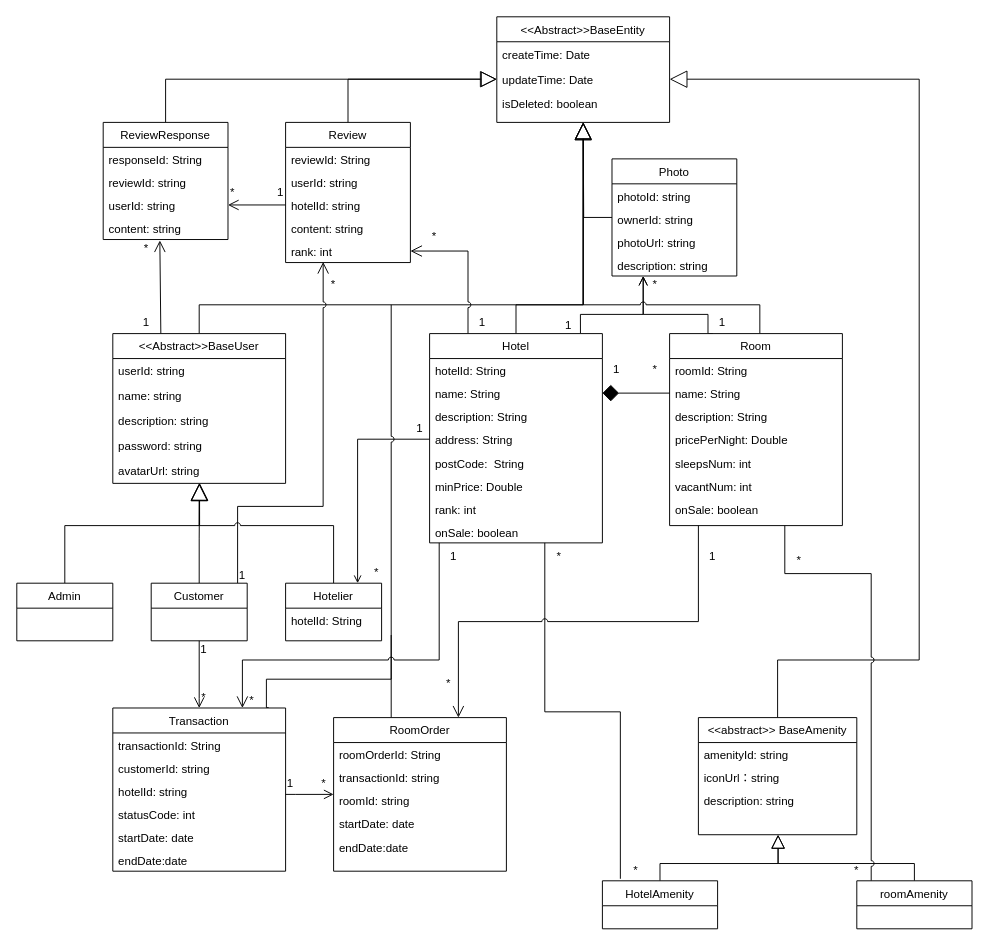
This is docs/part1/domain_model_diagram.drawio from Blackmesa-Canteen/alphecca-boot-ioc-framework, a draw.io file, before an edit. Source tidied: cells renumbered, new cells numbered last; positions are measured from the earlier drawing's top-left corner, leaving out a move shared by most shapes. Both pictures are drawn from the tidied source at 96%, with x=0, y=0 at pixel (16, 16).
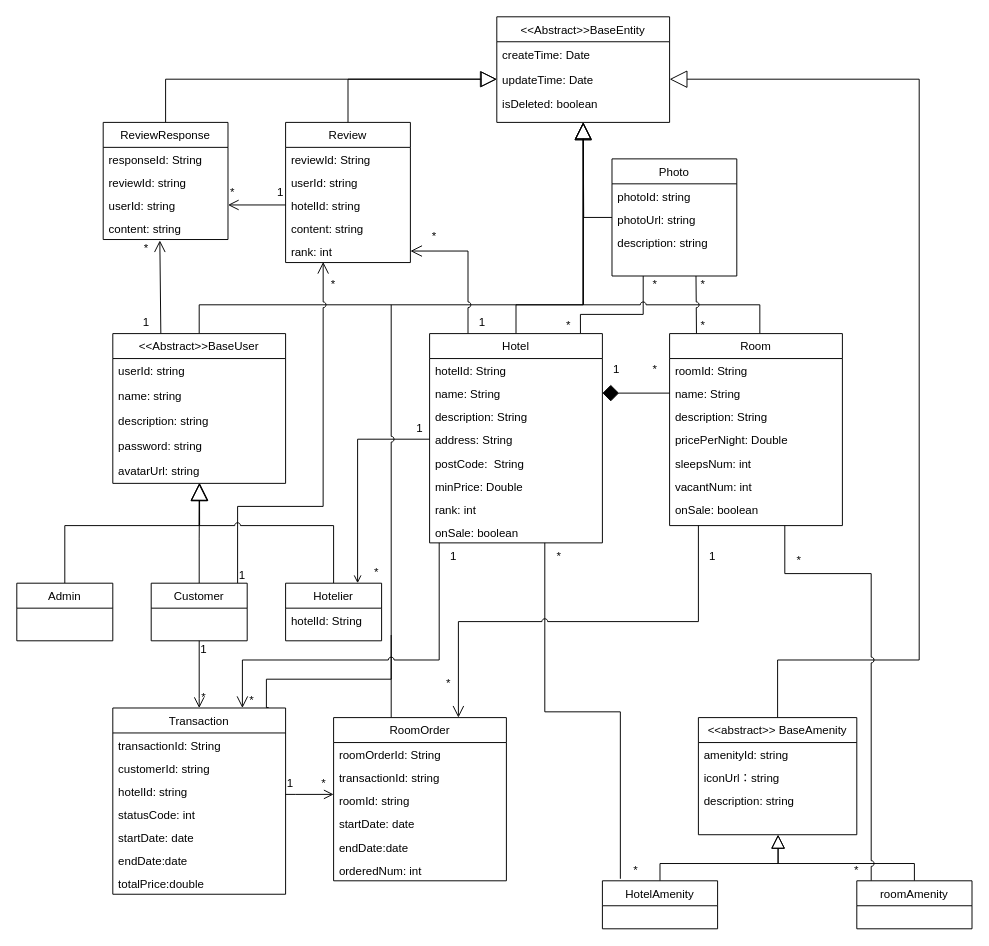
The same page after the edit.

Unchanged cells that the change refers to:
```xml
<mxCell id="37" value="Hotel" style="swimlane;fontStyle=0;align=center;verticalAlign=top;horizontal=1;startSize=26;rounded=0;shadow=0;strokeWidth=1;" parent="1" vertex="1">
  <mxGeometry x="430" y="330" width="180" height="218" as="geometry" />
</mxCell>
<mxCell id="51" value="Room" style="swimlane;fontStyle=0;align=center;verticalAlign=top;horizontal=1;startSize=26;rounded=0;shadow=0;strokeWidth=1;" parent="1" vertex="1">
  <mxGeometry x="680" y="330" width="180" height="200" as="geometry" />
</mxCell>
<mxCell id="88" value="Photo" style="swimlane;fontStyle=0;align=center;verticalAlign=top;horizontal=1;startSize=26;rounded=0;shadow=0;strokeWidth=1;" parent="1" vertex="1">
  <mxGeometry x="620" y="148" width="130" height="122" as="geometry" />
</mxCell>
```

Diff of the diagram source:
```diff
@@
     <mxCell id="25" value="RoomOrder" style="swimlane;fontStyle=0;align=center;verticalAlign=top;horizontal=1;startSize=26;rounded=0;shadow=0;strokeWidth=1;" parent="1" vertex="1">
-      <mxGeometry x="330" y="730" width="180" height="160" as="geometry" />
+      <mxGeometry x="330" y="730" width="180" height="170" as="geometry" />
     </mxCell>
@@
+    <mxCell id="123" value="orderedNum: int" style="text;align=left;verticalAlign=top;spacingLeft=4;spacingRight=4;overflow=hidden;" parent="25" vertex="1">
+      <mxGeometry y="146" width="180" height="24" as="geometry" />
+    </mxCell>
@@
-    <mxCell id="35" style="edgeStyle=orthogonalEdgeStyle;rounded=0;jumpStyle=none;jettySize=auto;html=1;entryX=0.25;entryY=1;entryDx=0;entryDy=0;startArrow=none;startFill=0;endArrow=open;endFill=0;startSize=15;endSize=8;targetPerimeterSpacing=0;strokeWidth=1;exitX=0.873;exitY=-0.002;exitDx=0;exitDy=0;exitPerimeter=0;" parent="1" edge="1" source="37" target="88">
+    <mxCell id="35" style="edgeStyle=orthogonalEdgeStyle;rounded=0;jumpStyle=none;jettySize=auto;html=1;entryX=0.25;entryY=1;entryDx=0;entryDy=0;startArrow=none;startFill=0;endArrow=none;endFill=0;startSize=15;endSize=8;targetPerimeterSpacing=0;strokeWidth=1;exitX=0.873;exitY=-0.002;exitDx=0;exitDy=0;exitPerimeter=0;" parent="1" edge="1" source="37" target="88">
       <mxGeometry relative="1" as="geometry">
         <Array as="points">
           <mxPoint x="587" y="310" />
           <mxPoint x="652" y="310" />
         </Array>
       </mxGeometry>
     </mxCell>
@@
-    <mxCell id="50" style="edgeStyle=orthogonalEdgeStyle;rounded=0;jumpStyle=none;jettySize=auto;html=1;entryX=0.25;entryY=1;entryDx=0;entryDy=0;startArrow=none;startFill=0;endArrow=open;endFill=0;startSize=15;endSize=7;targetPerimeterSpacing=0;strokeWidth=1;exitX=0.25;exitY=0;exitDx=0;exitDy=0;" parent="1" edge="1" source="51" target="88">
-      <mxGeometry relative="1" as="geometry">
-        <Array as="points">
-          <mxPoint x="720" y="330" />
-          <mxPoint x="720" y="310" />
-          <mxPoint x="653" y="310" />
-        </Array>
-      </mxGeometry>
-    </mxCell>
+    <mxCell id="124" style="edgeStyle=orthogonalEdgeStyle;rounded=0;jumpStyle=arc;jettySize=auto;html=1;entryX=0.25;entryY=0;entryDx=0;entryDy=0;endArrow=none;endFill=0;" parent="1" edge="1" source="51" target="126">
+      <mxGeometry relative="1" as="geometry">
+        <Array as="points">
+          <mxPoint x="708" y="290" />
+          <mxPoint x="708" y="290" />
+        </Array>
+      </mxGeometry>
+    </mxCell>
@@
-    <mxCell id="90" value="ownerId: string&#10;" style="text;align=left;verticalAlign=top;spacingLeft=4;spacingRight=4;overflow=hidden;" parent="88" vertex="1">
-      <mxGeometry y="50" width="130" height="24" as="geometry" />
-    </mxCell>
     <mxCell id="91" value="photoUrl: string" style="text;align=left;verticalAlign=top;spacingLeft=4;spacingRight=4;overflow=hidden;" parent="88" vertex="1">
-      <mxGeometry y="74" width="130" height="24" as="geometry" />
+      <mxGeometry y="50" width="130" height="24" as="geometry" />
     </mxCell>
     <mxCell id="92" value="description: string" style="text;align=left;verticalAlign=top;spacingLeft=4;spacingRight=4;overflow=hidden;" parent="88" vertex="1">
-      <mxGeometry y="98" width="130" height="24" as="geometry" />
+      <mxGeometry y="74" width="130" height="24" as="geometry" />
     </mxCell>
-    <mxCell id="93" value="1" style="text;html=1;strokeColor=none;fillColor=none;align=center;verticalAlign=middle;whiteSpace=wrap;rounded=0;" parent="1" vertex="1">
+    <mxCell id="93" value="*" style="text;html=1;strokeColor=none;fillColor=none;align=center;verticalAlign=middle;whiteSpace=wrap;rounded=0;" parent="1" vertex="1">
       <mxGeometry x="560" y="313" width="30" height="17" as="geometry" />
     </mxCell>
-    <mxCell id="94" value="1" style="text;html=1;strokeColor=none;fillColor=none;align=center;verticalAlign=middle;whiteSpace=wrap;rounded=0;" parent="1" vertex="1">
-      <mxGeometry x="720" y="310" width="30" height="17" as="geometry" />
+    <mxCell id="94" value="*" style="text;html=1;strokeColor=none;fillColor=none;align=center;verticalAlign=middle;whiteSpace=wrap;rounded=0;" parent="1" vertex="1">
+      <mxGeometry x="700" y="313" width="30" height="17" as="geometry" />
     </mxCell>
@@
     <mxCell id="103" value="Transaction" style="swimlane;fontStyle=0;align=center;verticalAlign=top;horizontal=1;startSize=26;rounded=0;shadow=0;strokeWidth=1;" parent="1" vertex="1">
-      <mxGeometry x="100" y="720" width="180" height="170" as="geometry" />
+      <mxGeometry x="100" y="720" width="180" height="194" as="geometry" />
     </mxCell>
@@
+    <mxCell id="125" value="totalPrice:double" style="text;align=left;verticalAlign=top;spacingLeft=4;spacingRight=4;overflow=hidden;" parent="103" vertex="1">
+      <mxGeometry y="170" width="180" height="24" as="geometry" />
+    </mxCell>
@@
+    <mxCell id="126" value="*" style="text;html=1;strokeColor=none;fillColor=none;align=center;verticalAlign=middle;whiteSpace=wrap;rounded=0;" parent="1" vertex="1">
+      <mxGeometry x="700" y="270" width="30" height="17" as="geometry" />
+    </mxCell>
```
